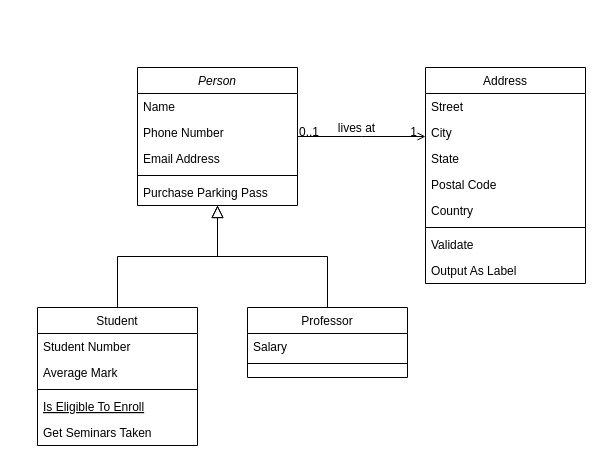
Before: Untitled Diagram.drawio in Sayantan-s/MERN_remotejobs, a draw.io diagram. Source tidied: cells renumbered, new cells numbered last; positions are measured from the earlier drawing's top-left corner, leaving out a move shared by most shapes. Both pictures are drawn from the tidied source at 100%, with x=0, y=0 at pixel (37, 67).
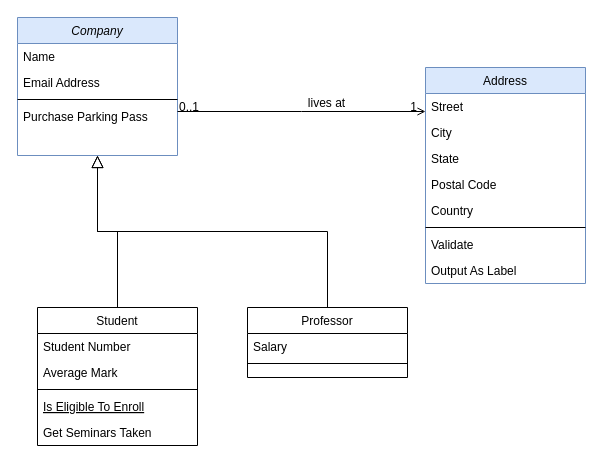
After the change.

Diff of the diagram source:
```diff
@@
-    <mxCell id="2" value="Person" style="swimlane;fontStyle=2;align=center;verticalAlign=top;horizontal=1;startSize=26;rounded=0;shadow=0;strokeWidth=1;" parent="1" vertex="1">
-      <mxGeometry x="100" width="160" height="138" as="geometry" />
+    <mxCell id="2" value="Company" style="swimlane;fontStyle=2;align=center;verticalAlign=top;horizontal=1;startSize=26;rounded=0;shadow=0;strokeWidth=1;fillColor=#dae8fc;strokeColor=#6c8ebf;" parent="1" vertex="1">
+      <mxGeometry x="-20" y="-50" width="160" height="138" as="geometry" />
     </mxCell>
-    <mxCell id="3" value="Name" style="text;align=left;verticalAlign=top;spacingLeft=4;spacingRight=4;overflow=hidden;" parent="2" vertex="1">
-      <mxGeometry y="26" width="160" height="26" as="geometry" />
-    </mxCell>
-    <mxCell id="4" value="Phone Number" style="text;align=left;verticalAlign=top;spacingLeft=4;spacingRight=4;overflow=hidden;rounded=0;shadow=0;html=0;" parent="2" vertex="1">
-      <mxGeometry y="52" width="160" height="26" as="geometry" />
+    <mxCell id="4" value="Name" style="text;align=left;verticalAlign=top;spacingLeft=4;spacingRight=4;overflow=hidden;rounded=0;shadow=0;html=0;" parent="2" vertex="1">
+      <mxGeometry y="26" width="160" height="26" as="geometry" />
     </mxCell>
     <mxCell id="5" value="Email Address" style="text;align=left;verticalAlign=top;spacingLeft=4;spacingRight=4;overflow=hidden;rounded=0;shadow=0;html=0;" parent="2" vertex="1">
-      <mxGeometry y="78" width="160" height="26" as="geometry" />
+      <mxGeometry y="52" width="160" height="26" as="geometry" />
     </mxCell>
     <mxCell id="6" style="line;html=1;strokeWidth=1;align=left;verticalAlign=middle;spacingTop=-1;spacingLeft=3;spacingRight=3;labelPosition=right;" parent="2" vertex="1">
-      <mxGeometry y="104" width="160" height="8" as="geometry" />
+      <mxGeometry y="78" width="160" height="8" as="geometry" />
     </mxCell>
     <mxCell id="7" value="Purchase Parking Pass" style="text;align=left;verticalAlign=top;spacingLeft=4;spacingRight=4;overflow=hidden;" parent="2" vertex="1">
-      <mxGeometry y="112" width="160" height="26" as="geometry" />
+      <mxGeometry y="86" width="160" height="26" as="geometry" />
     </mxCell>
@@
-    <mxCell id="19" value="Address" style="swimlane;fontStyle=0;align=center;verticalAlign=top;horizontal=1;startSize=26;rounded=0;shadow=0;strokeWidth=1;" parent="1" vertex="1">
+    <mxCell id="19" value="Address" style="swimlane;fontStyle=0;align=center;verticalAlign=top;horizontal=1;startSize=26;rounded=0;shadow=0;strokeWidth=1;fillColor=#dae8fc;strokeColor=#6c8ebf;" parent="1" vertex="1">
       <mxGeometry x="388" width="160" height="216" as="geometry" />
     </mxCell>
```
